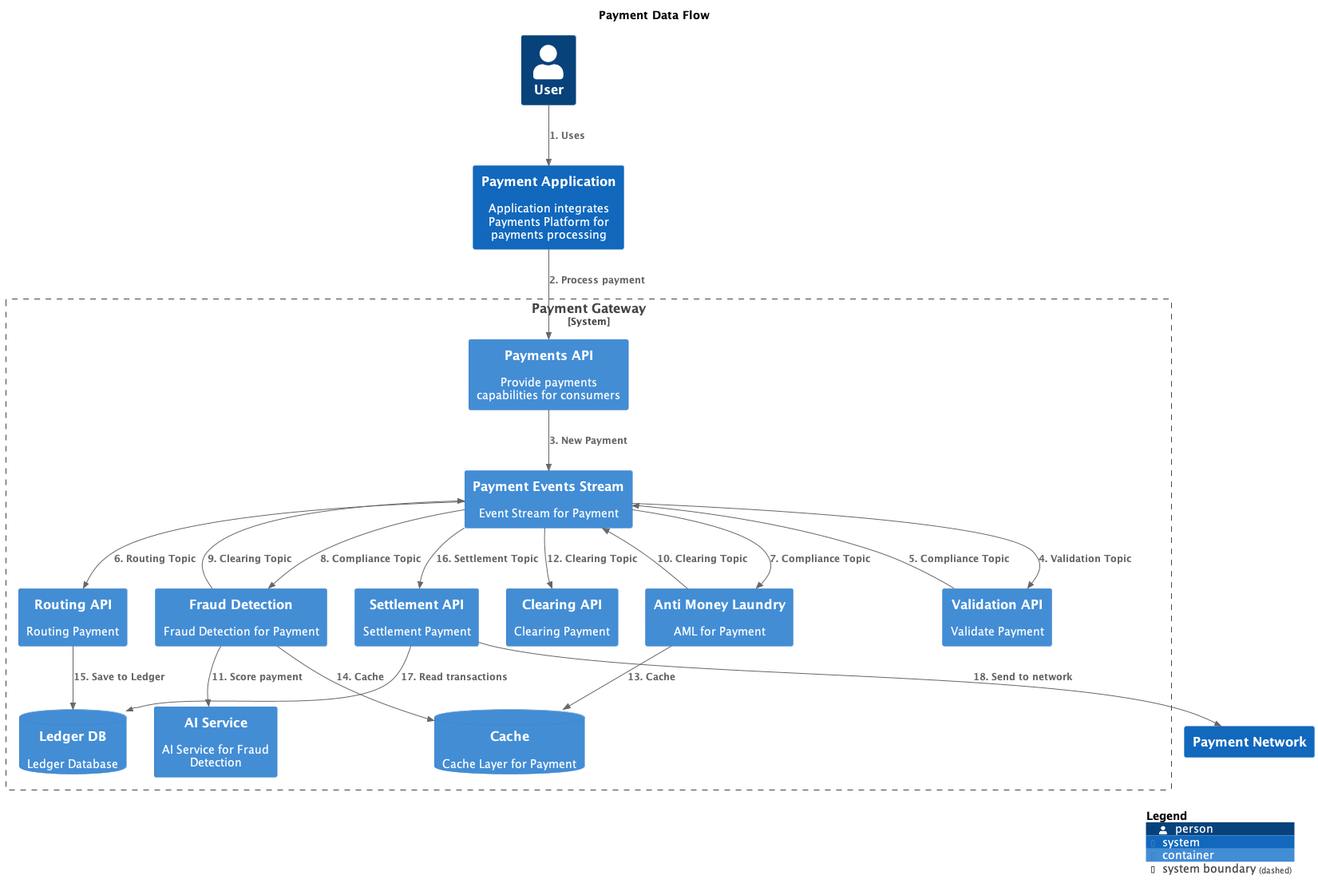
This is master/png/PaymentDataFlow.png from mmelnyk-godaddy/architecture-repository, a PlantUML export, as it was before one commit.
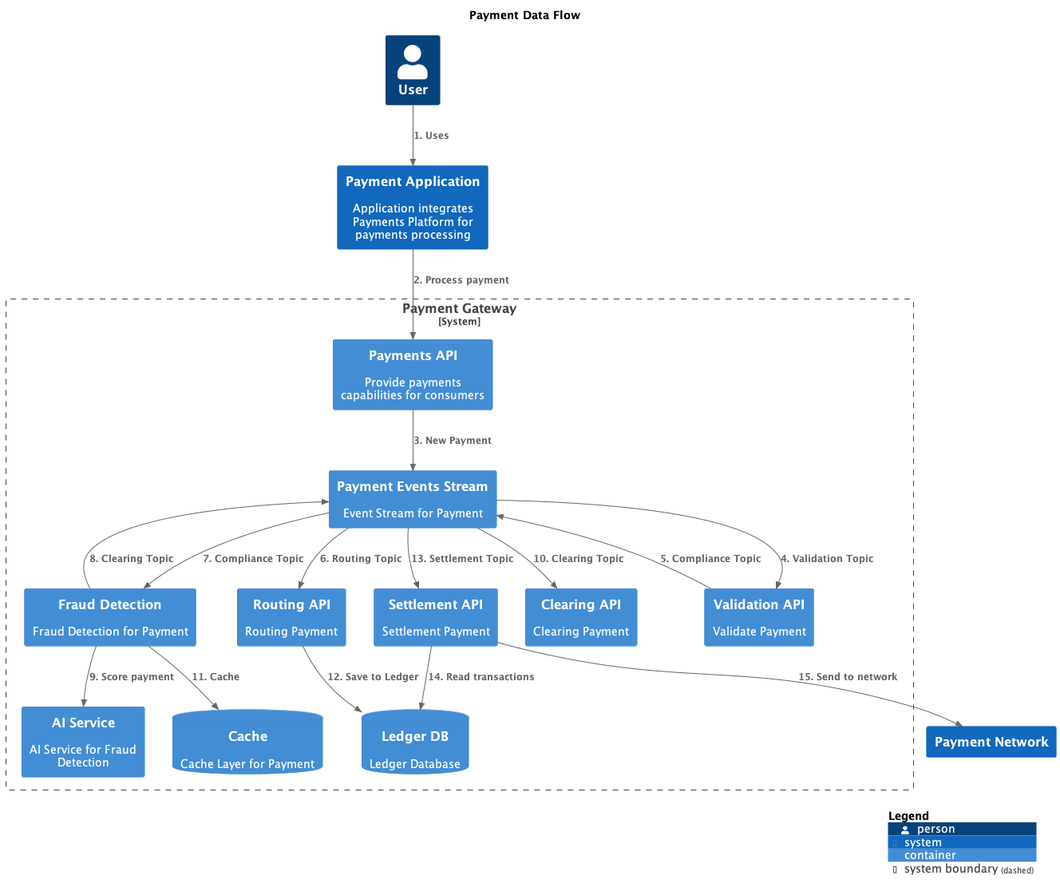
The same file after the commit.

Diff of the diagram source:
```diff
@@ -13,7 +13,6 @@
   Container(PaymentGateway.PaymentEventsStream, "Payment Events Stream", $techn="", $descr="Event Stream for Payment", $tags="", $link="")
   ContainerDb(PaymentGateway.Cache, "Cache", $techn="", $descr="Cache Layer for Payment", $tags="", $link="")
   Container(PaymentGateway.RoutingAPI, "Routing API", $techn="", $descr="Routing Payment", $tags="", $link="")
-  Container(PaymentGateway.AntiMoneyLaundry, "Anti Money Laundry", $techn="", $descr="AML for Payment", $tags="", $link="")
   Container(PaymentGateway.FraudDetection, "Fraud Detection", $techn="", $descr="Fraud Detection for Payment", $tags="", $link="")
   Container(PaymentGateway.AIService, "AI Service", $techn="", $descr="AI Service for Fraud Detection", $tags="", $link="")
   ContainerDb(PaymentGateway.LedgerDB, "Ledger DB", $techn="", $descr="Ledger Database", $tags="", $link="")
@@ -32,18 +31,15 @@
 Rel(PaymentGateway.PaymentEventsStream, PaymentGateway.ValidationAPI, "4. Validation Topic", $techn="", $tags="", $link="")
 Rel(PaymentGateway.ValidationAPI, PaymentGateway.PaymentEventsStream, "5. Compliance Topic", $techn="", $tags="", $link="")
 Rel(PaymentGateway.PaymentEventsStream, PaymentGateway.RoutingAPI, "6. Routing Topic", $techn="", $tags="", $link="")
-Rel(PaymentGateway.PaymentEventsStream, PaymentGateway.AntiMoneyLaundry, "7. Compliance Topic", $techn="", $tags="", $link="")
-Rel(PaymentGateway.PaymentEventsStream, PaymentGateway.FraudDetection, "8. Compliance Topic", $techn="", $tags="", $link="")
-Rel(PaymentGateway.FraudDetection, PaymentGateway.PaymentEventsStream, "9. Clearing Topic", $techn="", $tags="", $link="")
-Rel(PaymentGateway.AntiMoneyLaundry, PaymentGateway.PaymentEventsStream, "10. Clearing Topic", $techn="", $tags="", $link="")
-Rel(PaymentGateway.FraudDetection, PaymentGateway.AIService, "11. Score payment", $techn="", $tags="", $link="")
-Rel(PaymentGateway.PaymentEventsStream, PaymentGateway.ClearingAPI, "12. Clearing Topic", $techn="", $tags="", $link="")
-Rel(PaymentGateway.AntiMoneyLaundry, PaymentGateway.Cache, "13. Cache", $techn="", $tags="", $link="")
-Rel(PaymentGateway.FraudDetection, PaymentGateway.Cache, "14. Cache", $techn="", $tags="", $link="")
-Rel(PaymentGateway.RoutingAPI, PaymentGateway.LedgerDB, "15. Save to Ledger", $techn="", $tags="", $link="")
-Rel(PaymentGateway.PaymentEventsStream, PaymentGateway.SettlementAPI, "16. Settlement Topic", $techn="", $tags="", $link="")
-Rel(PaymentGateway.SettlementAPI, PaymentGateway.LedgerDB, "17. Read transactions", $techn="", $tags="", $link="")
-Rel(PaymentGateway.SettlementAPI, PaymentNetwork, "18. Send to network", $techn="", $tags="", $link="")
+Rel(PaymentGateway.PaymentEventsStream, PaymentGateway.FraudDetection, "7. Compliance Topic", $techn="", $tags="", $link="")
+Rel(PaymentGateway.FraudDetection, PaymentGateway.PaymentEventsStream, "8. Clearing Topic", $techn="", $tags="", $link="")
+Rel(PaymentGateway.FraudDetection, PaymentGateway.AIService, "9. Score payment", $techn="", $tags="", $link="")
+Rel(PaymentGateway.PaymentEventsStream, PaymentGateway.ClearingAPI, "10. Clearing Topic", $techn="", $tags="", $link="")
+Rel(PaymentGateway.FraudDetection, PaymentGateway.Cache, "11. Cache", $techn="", $tags="", $link="")
+Rel(PaymentGateway.RoutingAPI, PaymentGateway.LedgerDB, "12. Save to Ledger", $techn="", $tags="", $link="")
+Rel(PaymentGateway.PaymentEventsStream, PaymentGateway.SettlementAPI, "13. Settlement Topic", $techn="", $tags="", $link="")
+Rel(PaymentGateway.SettlementAPI, PaymentGateway.LedgerDB, "14. Read transactions", $techn="", $tags="", $link="")
+Rel(PaymentGateway.SettlementAPI, PaymentNetwork, "15. Send to network", $techn="", $tags="", $link="")
 
 SHOW_LEGEND(true)
 @enduml
```
